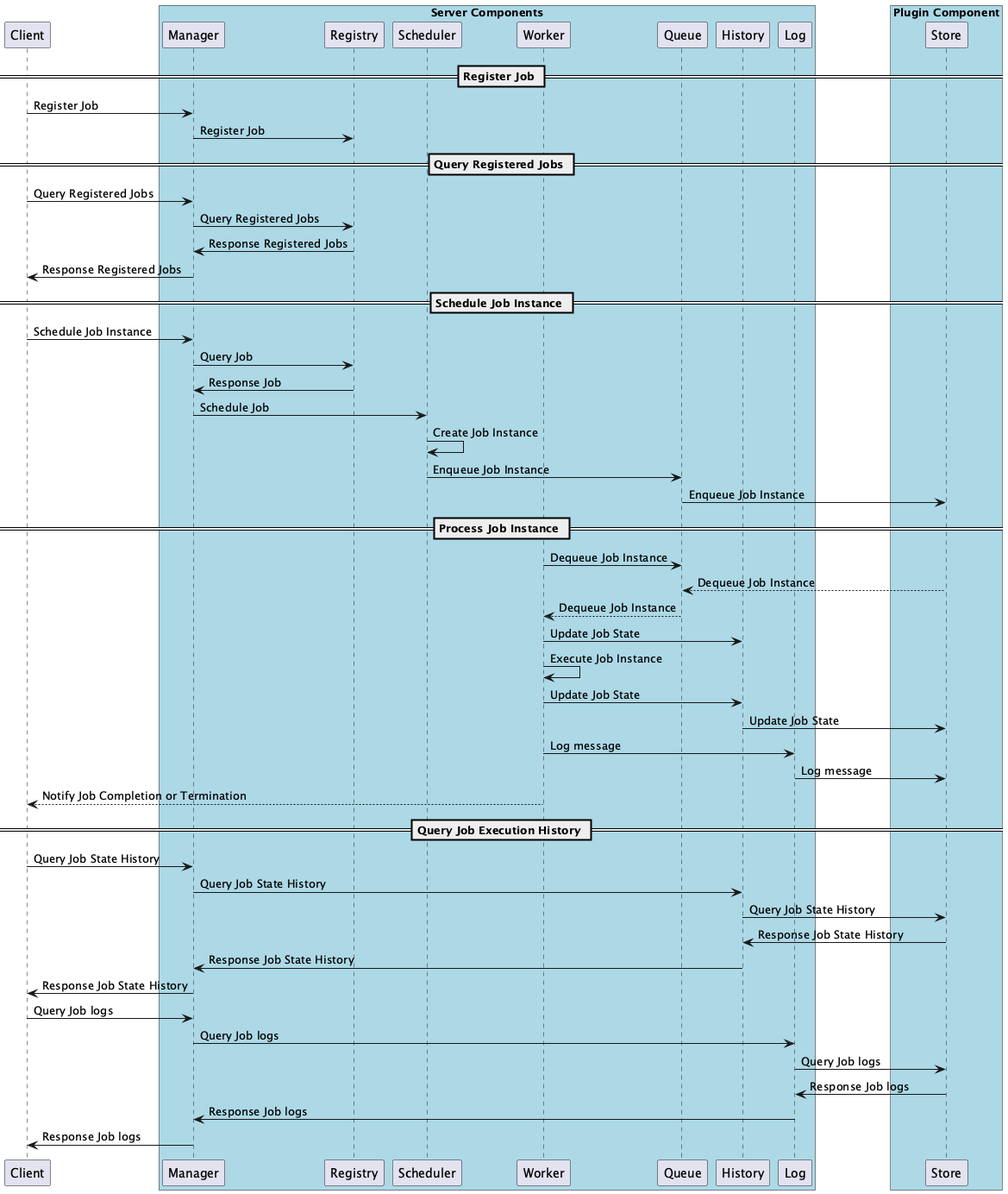
Earlier version of the PlantUML export doc/img/job-seqdgm.png (cybergarage/go-job).
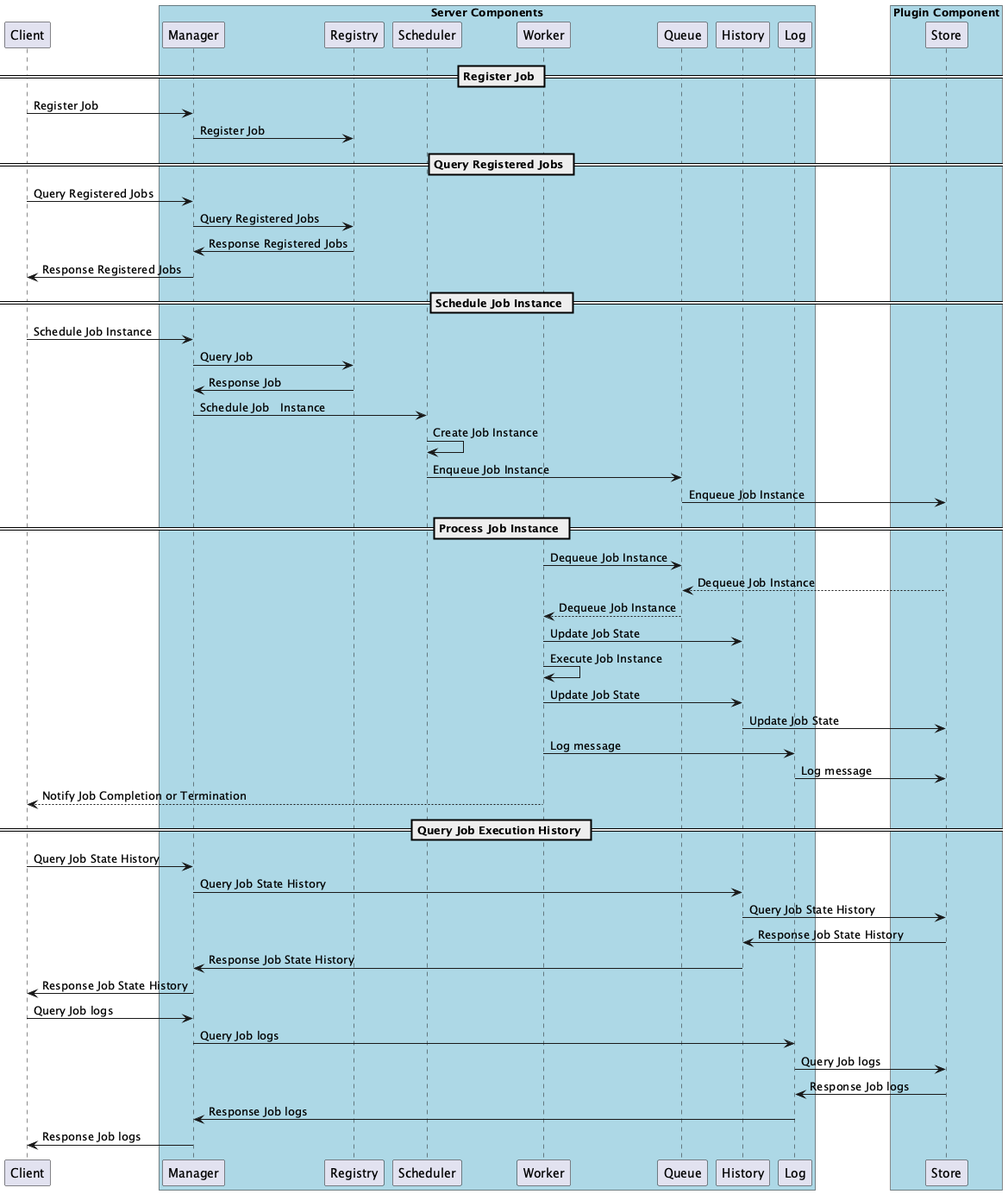
The same diagram one commit later.

The edit, as a diff of the source:
```diff
@@ -33,7 +33,7 @@
 Client -> Manager : Schedule Job Instance
 Manager -> Registry : Query Job
 Registry -> Manager : Response Job
-Manager -> Scheduler : Schedule Job
+Manager -> Scheduler : Schedule Job　Instance
 Scheduler -> Scheduler : Create Job Instance
 Scheduler -> Queue : Enqueue Job Instance
 Queue -> Store : Enqueue Job Instance
```
